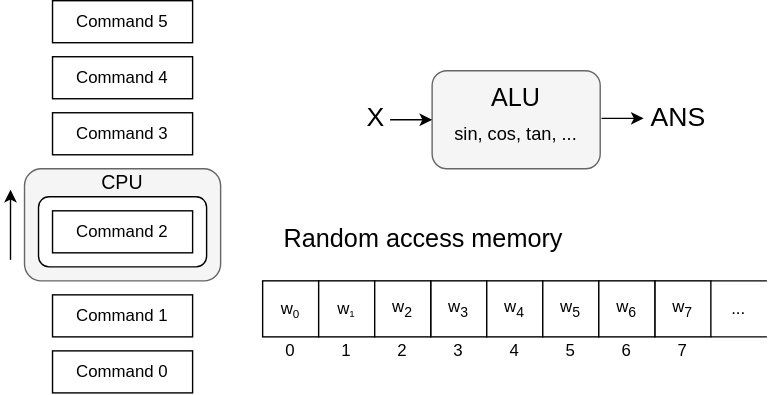
evgenstf/z_sort_articles keeps this draw.io diagram as static/articles/alds/ram_model/diagram_0.svg. Above is the earlier version. Source tidied: cells renumbered, new cells last; positions are measured from the earlier drawing's top-left corner, leaving out a move shared by most shapes.
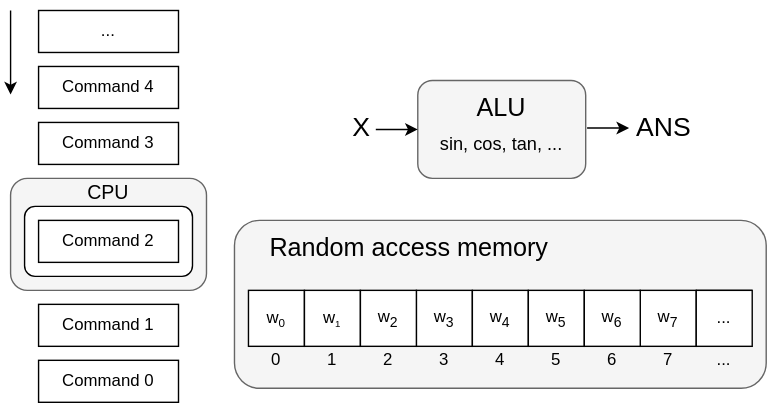
The same file after the commit.

Commit message:
[ram_model] improve article

The edit, as a diff of the source:
```diff
@@ -2,135 +2,144 @@
   <root>
     <mxCell id="0" />
     <mxCell id="1" parent="0" />
-    <mxCell id="2" value="&lt;font style=&quot;font-size: 30px&quot;&gt;CPU&lt;/font&gt;" style="rounded=1;whiteSpace=wrap;html=1;fillColor=#f5f5f5;strokeColor=#666666;fontColor=#333333;" parent="1" vertex="1">
-      <mxGeometry x="10" y="120" width="140" height="80" as="geometry" />
+    <mxCell id="2" style="group;" parent="1" vertex="1">
+      <mxGeometry x="180" y="160" width="370" height="110" as="geometry" />
     </mxCell>
-    <mxCell id="3" value="Command 5" style="rounded=0;whiteSpace=wrap;html=1;" parent="1" vertex="1">
-      <mxGeometry x="30" width="100" height="30" as="geometry" />
+    <mxCell id="3" style="rounded=1;whiteSpace=wrap;html=1;fillColor=#f5f5f5;strokeColor=#666666;fontColor=#333333;" parent="2" vertex="1">
+      <mxGeometry x="-10" y="-10" width="380" height="120" as="geometry" />
     </mxCell>
-    <mxCell id="4" style="rounded=1;whiteSpace=wrap;html=1;" parent="1" vertex="1">
-      <mxGeometry x="20" y="140" width="120" height="50" as="geometry" />
+    <mxCell id="4" value="&lt;font style=&quot;font-size: 18px&quot;&gt;Random access memory&lt;/font&gt;" style="text;html=1;strokeColor=none;fillColor=none;align=center;verticalAlign=middle;whiteSpace=wrap;rounded=0;" parent="2" vertex="1">
+      <mxGeometry x="10" width="210" height="20" as="geometry" />
     </mxCell>
-    <mxCell id="5" value="&lt;font style=&quot;font-size: 14px&quot;&gt;CPU&lt;/font&gt;" style="text;html=1;strokeColor=none;fillColor=none;align=center;verticalAlign=middle;whiteSpace=wrap;rounded=0;" parent="1" vertex="1">
-      <mxGeometry x="60" y="120" width="40" height="20" as="geometry" />
+    <mxCell id="5" value="w&lt;span style=&quot;font-size: 10px&quot;&gt;&lt;sub&gt;0&lt;/sub&gt;&lt;/span&gt;" style="rounded=0;whiteSpace=wrap;html=1;" parent="2" vertex="1">
+      <mxGeometry y="40" width="40" height="40" as="geometry" />
     </mxCell>
-    <mxCell id="6" value="Command 4" style="rounded=0;whiteSpace=wrap;html=1;" parent="1" vertex="1">
-      <mxGeometry x="30" y="40" width="100" height="30" as="geometry" />
+    <mxCell id="6" value="w&lt;span style=&quot;font-size: 8.33333px&quot;&gt;&lt;sub&gt;1&lt;/sub&gt;&lt;/span&gt;" style="rounded=0;whiteSpace=wrap;html=1;" parent="2" vertex="1">
+      <mxGeometry x="40" y="40" width="40" height="40" as="geometry" />
     </mxCell>
-    <mxCell id="7" value="Command 3" style="rounded=0;whiteSpace=wrap;html=1;" parent="1" vertex="1">
-      <mxGeometry x="30" y="80" width="100" height="30" as="geometry" />
+    <mxCell id="7" value="w&lt;sub&gt;3&lt;/sub&gt;" style="rounded=0;whiteSpace=wrap;html=1;" parent="2" vertex="1">
+      <mxGeometry x="120" y="40" width="40" height="40" as="geometry" />
     </mxCell>
-    <mxCell id="8" value="Command 2" style="rounded=0;whiteSpace=wrap;html=1;" parent="1" vertex="1">
-      <mxGeometry x="30" y="150" width="100" height="30" as="geometry" />
+    <mxCell id="8" value="w&lt;sub&gt;2&lt;/sub&gt;" style="rounded=0;whiteSpace=wrap;html=1;" parent="2" vertex="1">
+      <mxGeometry x="80" y="40" width="40" height="40" as="geometry" />
     </mxCell>
-    <mxCell id="9" value="Command 1" style="rounded=0;whiteSpace=wrap;html=1;" parent="1" vertex="1">
-      <mxGeometry x="30" y="210" width="100" height="30" as="geometry" />
+    <mxCell id="9" value="w&lt;sub&gt;4&lt;/sub&gt;" style="rounded=0;whiteSpace=wrap;html=1;" parent="2" vertex="1">
+      <mxGeometry x="160" y="40" width="40" height="40" as="geometry" />
     </mxCell>
-    <mxCell id="10" value="Command 0" style="rounded=0;whiteSpace=wrap;html=1;" parent="1" vertex="1">
-      <mxGeometry x="30" y="250" width="100" height="30" as="geometry" />
+    <mxCell id="10" value="w&lt;sub&gt;5&lt;/sub&gt;" style="rounded=0;whiteSpace=wrap;html=1;" parent="2" vertex="1">
+      <mxGeometry x="200" y="40" width="40" height="40" as="geometry" />
     </mxCell>
-    <mxCell id="11" style="endArrow=classic;html=1;" parent="1" edge="1">
-      <mxGeometry relative="1" as="geometry">
-        <mxPoint y="185" as="sourcePoint" />
-        <mxPoint y="135" as="targetPoint" />
-      </mxGeometry>
+    <mxCell id="11" value="w&lt;sub&gt;7&lt;/sub&gt;" style="rounded=0;whiteSpace=wrap;html=1;" parent="2" vertex="1">
+      <mxGeometry x="280" y="40" width="40" height="40" as="geometry" />
     </mxCell>
-    <mxCell id="12" style="group;" parent="1" vertex="1">
-      <mxGeometry x="180" y="160" width="360" height="100" as="geometry" />
+    <mxCell id="12" value="w&lt;sub&gt;6&lt;/sub&gt;" style="rounded=0;whiteSpace=wrap;html=1;" parent="2" vertex="1">
+      <mxGeometry x="240" y="40" width="40" height="40" as="geometry" />
     </mxCell>
-    <mxCell id="13" value="&lt;font style=&quot;font-size: 18px&quot;&gt;Random access memory&lt;/font&gt;" style="text;html=1;strokeColor=none;fillColor=none;align=center;verticalAlign=middle;whiteSpace=wrap;rounded=0;" parent="12" vertex="1">
-      <mxGeometry x="10" width="210" height="20" as="geometry" />
+    <mxCell id="13" style="endArrow=none;html=1;entryX=1;entryY=1;entryDx=0;entryDy=0;" parent="2" edge="1" target="11">
+      <mxGeometry relative="1" as="geometry">
+        <mxPoint x="360" y="80" as="sourcePoint" />
+      </mxGeometry>
     </mxCell>
-    <mxCell id="14" value="w&lt;span style=&quot;font-size: 10px&quot;&gt;&lt;sub&gt;0&lt;/sub&gt;&lt;/span&gt;" style="rounded=0;whiteSpace=wrap;html=1;" parent="12" vertex="1">
-      <mxGeometry y="40" width="40" height="40" as="geometry" />
+    <mxCell id="14" value="..." style="text;html=1;strokeColor=none;fillColor=none;align=center;verticalAlign=middle;whiteSpace=wrap;rounded=0;" parent="2" vertex="1">
+      <mxGeometry x="320" y="50" width="40" height="20" as="geometry" />
     </mxCell>
-    <mxCell id="15" value="w&lt;span style=&quot;font-size: 8.33333px&quot;&gt;&lt;sub&gt;1&lt;/sub&gt;&lt;/span&gt;" style="rounded=0;whiteSpace=wrap;html=1;" parent="12" vertex="1">
-      <mxGeometry x="40" y="40" width="40" height="40" as="geometry" />
+    <mxCell id="15" value="0" style="text;html=1;strokeColor=none;fillColor=none;align=center;verticalAlign=middle;whiteSpace=wrap;rounded=0;" parent="2" vertex="1">
+      <mxGeometry y="80" width="40" height="20" as="geometry" />
     </mxCell>
-    <mxCell id="16" value="w&lt;sub&gt;3&lt;/sub&gt;" style="rounded=0;whiteSpace=wrap;html=1;" parent="12" vertex="1">
-      <mxGeometry x="120" y="40" width="40" height="40" as="geometry" />
+    <mxCell id="16" value="1" style="text;html=1;strokeColor=none;fillColor=none;align=center;verticalAlign=middle;whiteSpace=wrap;rounded=0;" parent="2" vertex="1">
+      <mxGeometry x="40" y="80" width="40" height="20" as="geometry" />
     </mxCell>
-    <mxCell id="17" value="w&lt;sub&gt;2&lt;/sub&gt;" style="rounded=0;whiteSpace=wrap;html=1;" parent="12" vertex="1">
-      <mxGeometry x="80" y="40" width="40" height="40" as="geometry" />
+    <mxCell id="17" value="3" style="text;html=1;strokeColor=none;fillColor=none;align=center;verticalAlign=middle;whiteSpace=wrap;rounded=0;" parent="2" vertex="1">
+      <mxGeometry x="120" y="80" width="40" height="20" as="geometry" />
     </mxCell>
-    <mxCell id="18" value="w&lt;sub&gt;4&lt;/sub&gt;" style="rounded=0;whiteSpace=wrap;html=1;" parent="12" vertex="1">
-      <mxGeometry x="160" y="40" width="40" height="40" as="geometry" />
+    <mxCell id="18" value="2" style="text;html=1;strokeColor=none;fillColor=none;align=center;verticalAlign=middle;whiteSpace=wrap;rounded=0;" parent="2" vertex="1">
+      <mxGeometry x="80" y="80" width="40" height="20" as="geometry" />
     </mxCell>
-    <mxCell id="19" value="w&lt;sub&gt;5&lt;/sub&gt;" style="rounded=0;whiteSpace=wrap;html=1;" parent="12" vertex="1">
-      <mxGeometry x="200" y="40" width="40" height="40" as="geometry" />
+    <mxCell id="19" value="7" style="text;html=1;strokeColor=none;fillColor=none;align=center;verticalAlign=middle;whiteSpace=wrap;rounded=0;" parent="2" vertex="1">
+      <mxGeometry x="280" y="80" width="40" height="20" as="geometry" />
     </mxCell>
-    <mxCell id="20" value="w&lt;sub&gt;7&lt;/sub&gt;" style="rounded=0;whiteSpace=wrap;html=1;" parent="12" vertex="1">
-      <mxGeometry x="280" y="40" width="40" height="40" as="geometry" />
+    <mxCell id="20" value="6" style="text;html=1;strokeColor=none;fillColor=none;align=center;verticalAlign=middle;whiteSpace=wrap;rounded=0;" parent="2" vertex="1">
+      <mxGeometry x="240" y="80" width="40" height="20" as="geometry" />
     </mxCell>
-    <mxCell id="21" value="w&lt;sub&gt;6&lt;/sub&gt;" style="rounded=0;whiteSpace=wrap;html=1;" parent="12" vertex="1">
-      <mxGeometry x="240" y="40" width="40" height="40" as="geometry" />
+    <mxCell id="21" value="5" style="text;html=1;strokeColor=none;fillColor=none;align=center;verticalAlign=middle;whiteSpace=wrap;rounded=0;" parent="2" vertex="1">
+      <mxGeometry x="200" y="80" width="40" height="20" as="geometry" />
     </mxCell>
-    <mxCell id="22" style="endArrow=none;html=1;entryX=1;entryY=1;entryDx=0;entryDy=0;" parent="12" edge="1" target="20">
-      <mxGeometry relative="1" as="geometry">
-        <mxPoint x="360" y="80" as="sourcePoint" />
-      </mxGeometry>
+    <mxCell id="22" value="4" style="text;html=1;strokeColor=none;fillColor=none;align=center;verticalAlign=middle;whiteSpace=wrap;rounded=0;" parent="2" vertex="1">
+      <mxGeometry x="160" y="80" width="40" height="20" as="geometry" />
     </mxCell>
-    <mxCell id="23" style="endArrow=none;html=1;entryX=1;entryY=1;entryDx=0;entryDy=0;" parent="12" edge="1">
+    <mxCell id="23" style="endArrow=none;html=1;entryX=1;entryY=1;entryDx=0;entryDy=0;" parent="2" edge="1">
       <mxGeometry relative="1" as="geometry">
         <mxPoint x="360" y="40" as="sourcePoint" />
         <mxPoint x="320" y="40" as="targetPoint" />
       </mxGeometry>
     </mxCell>
-    <mxCell id="24" value="..." style="text;html=1;strokeColor=none;fillColor=none;align=center;verticalAlign=middle;whiteSpace=wrap;rounded=0;" parent="12" vertex="1">
-      <mxGeometry x="320" y="50" width="40" height="20" as="geometry" />
+    <mxCell id="24" value="..." style="rounded=0;whiteSpace=wrap;html=1;" parent="2" vertex="1">
+      <mxGeometry x="320" y="40" width="40" height="40" as="geometry" />
     </mxCell>
-    <mxCell id="25" value="0" style="text;html=1;strokeColor=none;fillColor=none;align=center;verticalAlign=middle;whiteSpace=wrap;rounded=0;" parent="12" vertex="1">
-      <mxGeometry y="80" width="40" height="20" as="geometry" />
+    <mxCell id="25" value="..." style="text;html=1;strokeColor=none;fillColor=none;align=center;verticalAlign=middle;whiteSpace=wrap;rounded=0;" parent="2" vertex="1">
+      <mxGeometry x="320" y="80" width="40" height="20" as="geometry" />
     </mxCell>
-    <mxCell id="26" value="1" style="text;html=1;strokeColor=none;fillColor=none;align=center;verticalAlign=middle;whiteSpace=wrap;rounded=0;" parent="12" vertex="1">
-      <mxGeometry x="40" y="80" width="40" height="20" as="geometry" />
+    <mxCell id="26" value="&lt;font style=&quot;font-size: 30px&quot;&gt;CPU&lt;/font&gt;" style="rounded=1;whiteSpace=wrap;html=1;fillColor=#f5f5f5;strokeColor=#666666;fontColor=#333333;" parent="1" vertex="1">
+      <mxGeometry x="10" y="120" width="140" height="80" as="geometry" />
     </mxCell>
-    <mxCell id="27" value="3" style="text;html=1;strokeColor=none;fillColor=none;align=center;verticalAlign=middle;whiteSpace=wrap;rounded=0;" parent="12" vertex="1">
-      <mxGeometry x="120" y="80" width="40" height="20" as="geometry" />
+    <mxCell id="27" value="..." style="rounded=0;whiteSpace=wrap;html=1;" parent="1" vertex="1">
+      <mxGeometry x="30" width="100" height="30" as="geometry" />
     </mxCell>
-    <mxCell id="28" value="2" style="text;html=1;strokeColor=none;fillColor=none;align=center;verticalAlign=middle;whiteSpace=wrap;rounded=0;" parent="12" vertex="1">
-      <mxGeometry x="80" y="80" width="40" height="20" as="geometry" />
+    <mxCell id="28" style="rounded=1;whiteSpace=wrap;html=1;" parent="1" vertex="1">
+      <mxGeometry x="20" y="140" width="120" height="50" as="geometry" />
     </mxCell>
-    <mxCell id="29" value="7" style="text;html=1;strokeColor=none;fillColor=none;align=center;verticalAlign=middle;whiteSpace=wrap;rounded=0;" parent="12" vertex="1">
-      <mxGeometry x="280" y="80" width="40" height="20" as="geometry" />
+    <mxCell id="29" value="&lt;font style=&quot;font-size: 14px&quot;&gt;CPU&lt;/font&gt;" style="text;html=1;strokeColor=none;fillColor=none;align=center;verticalAlign=middle;whiteSpace=wrap;rounded=0;" parent="1" vertex="1">
+      <mxGeometry x="60" y="120" width="40" height="20" as="geometry" />
     </mxCell>
-    <mxCell id="30" value="6" style="text;html=1;strokeColor=none;fillColor=none;align=center;verticalAlign=middle;whiteSpace=wrap;rounded=0;" parent="12" vertex="1">
-      <mxGeometry x="240" y="80" width="40" height="20" as="geometry" />
+    <mxCell id="30" value="Command 4" style="rounded=0;whiteSpace=wrap;html=1;" parent="1" vertex="1">
+      <mxGeometry x="30" y="40" width="100" height="30" as="geometry" />
     </mxCell>
-    <mxCell id="31" value="5" style="text;html=1;strokeColor=none;fillColor=none;align=center;verticalAlign=middle;whiteSpace=wrap;rounded=0;" parent="12" vertex="1">
-      <mxGeometry x="200" y="80" width="40" height="20" as="geometry" />
+    <mxCell id="31" value="Command 3" style="rounded=0;whiteSpace=wrap;html=1;" parent="1" vertex="1">
+      <mxGeometry x="30" y="80" width="100" height="30" as="geometry" />
     </mxCell>
-    <mxCell id="32" value="4" style="text;html=1;strokeColor=none;fillColor=none;align=center;verticalAlign=middle;whiteSpace=wrap;rounded=0;" parent="12" vertex="1">
-      <mxGeometry x="160" y="80" width="40" height="20" as="geometry" />
+    <mxCell id="32" value="Command 2" style="rounded=0;whiteSpace=wrap;html=1;" parent="1" vertex="1">
+      <mxGeometry x="30" y="150" width="100" height="30" as="geometry" />
     </mxCell>
-    <mxCell id="33" style="group;" parent="1" vertex="1">
-      <mxGeometry x="301" y="60" width="120" height="60" as="geometry" />
+    <mxCell id="33" value="Command 1" style="rounded=0;whiteSpace=wrap;html=1;" parent="1" vertex="1">
+      <mxGeometry x="30" y="210" width="100" height="30" as="geometry" />
     </mxCell>
-    <mxCell id="34" style="rounded=1;whiteSpace=wrap;html=1;fillColor=#f5f5f5;strokeColor=#666666;fontColor=#333333;" parent="33" vertex="1">
-      <mxGeometry y="-10" width="120" height="70" as="geometry" />
+    <mxCell id="34" value="Command 0" style="rounded=0;whiteSpace=wrap;html=1;" parent="1" vertex="1">
+      <mxGeometry x="30" y="250" width="100" height="30" as="geometry" />
     </mxCell>
-    <mxCell id="35" value="&lt;font style=&quot;font-size: 18px&quot;&gt;ALU&lt;/font&gt;" style="text;html=1;strokeColor=none;fillColor=none;align=center;verticalAlign=middle;whiteSpace=wrap;rounded=0;" parent="33" vertex="1">
-      <mxGeometry x="40" width="40" height="20" as="geometry" />
+    <mxCell id="35" style="endArrow=classic;html=1;" parent="1" edge="1">
+      <mxGeometry relative="1" as="geometry">
+        <mxPoint x="10" as="sourcePoint" />
+        <mxPoint x="10" y="60" as="targetPoint" />
+      </mxGeometry>
     </mxCell>
-    <mxCell id="36" value="&lt;font style=&quot;font-size: 13px&quot;&gt;sin, cos, tan, ...&lt;/font&gt;" style="text;html=1;strokeColor=none;fillColor=none;align=center;verticalAlign=middle;whiteSpace=wrap;rounded=0;" parent="33" vertex="1">
-      <mxGeometry x="10" y="20" width="100" height="30" as="geometry" />
+    <mxCell id="36" style="group;" parent="1" vertex="1">
+      <mxGeometry x="301" y="60" width="120" height="60" as="geometry" />
     </mxCell>
-    <mxCell id="37" style="endArrow=classic;html=1;entryX=0;entryY=0.5;entryDx=0;entryDy=0;" parent="1" edge="1" target="34">
-      <mxGeometry relative="1" as="geometry">
-        <mxPoint x="271" y="85" as="sourcePoint" />
-      </mxGeometry>
+    <mxCell id="37" style="rounded=1;whiteSpace=wrap;html=1;fillColor=#f5f5f5;strokeColor=#666666;fontColor=#333333;" parent="36" vertex="1">
+      <mxGeometry y="-10" width="120" height="70" as="geometry" />
     </mxCell>
-    <mxCell id="38" value="&lt;font style=&quot;font-size: 19px&quot;&gt;X&lt;/font&gt;" style="text;html=1;strokeColor=none;fillColor=none;align=center;verticalAlign=middle;whiteSpace=wrap;rounded=0;" parent="1" vertex="1">
-      <mxGeometry x="240" y="71" width="42" height="25" as="geometry" />
+    <mxCell id="38" value="&lt;font style=&quot;font-size: 18px&quot;&gt;ALU&lt;/font&gt;" style="text;html=1;strokeColor=none;fillColor=none;align=center;verticalAlign=middle;whiteSpace=wrap;rounded=0;" parent="36" vertex="1">
+      <mxGeometry x="40" width="40" height="20" as="geometry" />
     </mxCell>
-    <mxCell id="39" value="&lt;font style=&quot;font-size: 19px&quot;&gt;ANS&lt;/font&gt;" style="text;html=1;strokeColor=none;fillColor=none;align=center;verticalAlign=middle;whiteSpace=wrap;rounded=0;" parent="1" vertex="1">
-      <mxGeometry x="456" y="71" width="42" height="25" as="geometry" />
+    <mxCell id="39" value="&lt;font style=&quot;font-size: 13px&quot;&gt;sin, cos, tan, ...&lt;/font&gt;" style="text;html=1;strokeColor=none;fillColor=none;align=center;verticalAlign=middle;whiteSpace=wrap;rounded=0;" parent="36" vertex="1">
+      <mxGeometry x="10" y="20" width="100" height="30" as="geometry" />
     </mxCell>
-    <mxCell id="40" style="endArrow=classic;html=1;entryX=0;entryY=0.5;entryDx=0;entryDy=0;" parent="1" edge="1">
+    <mxCell id="40" style="endArrow=classic;html=1;entryX=0;entryY=0.5;entryDx=0;entryDy=0;" parent="1" edge="1" target="37">
       <mxGeometry relative="1" as="geometry">
-        <mxPoint x="422" y="84" as="sourcePoint" />
-        <mxPoint x="452" y="84" as="targetPoint" />
+        <mxPoint x="271" y="85" as="sourcePoint" />
       </mxGeometry>
     </mxCell>
+    <mxCell id="41" value="&lt;font style=&quot;font-size: 19px&quot;&gt;X&lt;/font&gt;" style="text;html=1;strokeColor=none;fillColor=none;align=center;verticalAlign=middle;whiteSpace=wrap;rounded=0;" parent="1" vertex="1">
+      <mxGeometry x="240" y="71" width="42" height="25" as="geometry" />
+    </mxCell>
+    <mxCell id="42" value="&lt;font style=&quot;font-size: 19px&quot;&gt;ANS&lt;/font&gt;" style="text;html=1;strokeColor=none;fillColor=none;align=center;verticalAlign=middle;whiteSpace=wrap;rounded=0;" parent="1" vertex="1">
+      <mxGeometry x="456" y="71" width="42" height="25" as="geometry" />
+    </mxCell>
+    <mxCell id="43" style="endArrow=classic;html=1;entryX=0;entryY=0.5;entryDx=0;entryDy=0;" parent="1" edge="1">
+      <mxGeometry relative="1" as="geometry">
+        <mxPoint x="422" y="84" as="sourcePoint" />
+        <mxPoint x="452" y="84" as="targetPoint" />
+      </mxGeometry>
+    </mxCell>
   </root>
 </mxGraphModel>
```
